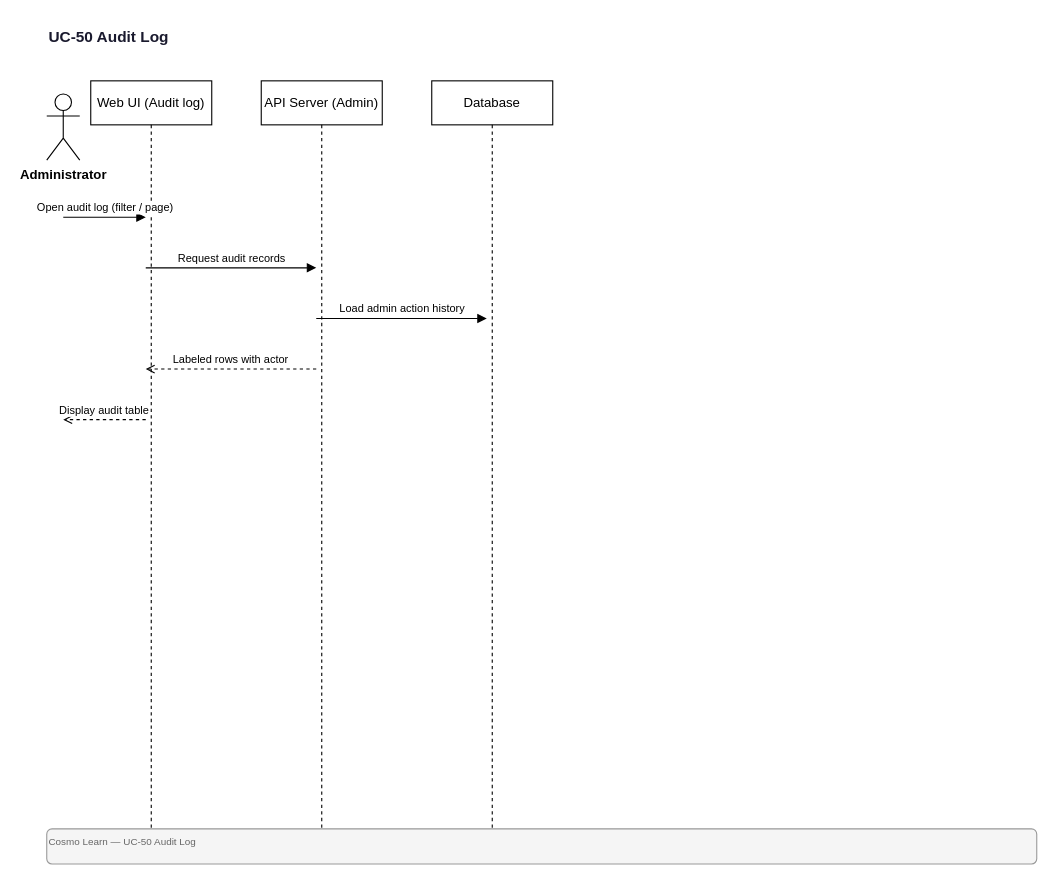
Earlier version of the draw.io diagram docs/diagrams/sequence/UC-50-Audit-Log.drawio (quangg1/ASTRO_EDU). Source tidied: cells renumbered, new cells numbered last; positions are measured from the earlier drawing's top-left corner, leaving out a move shared by most shapes. Both pictures are drawn from the tidied source at 110%, with x=0, y=0 at pixel (46, 19).
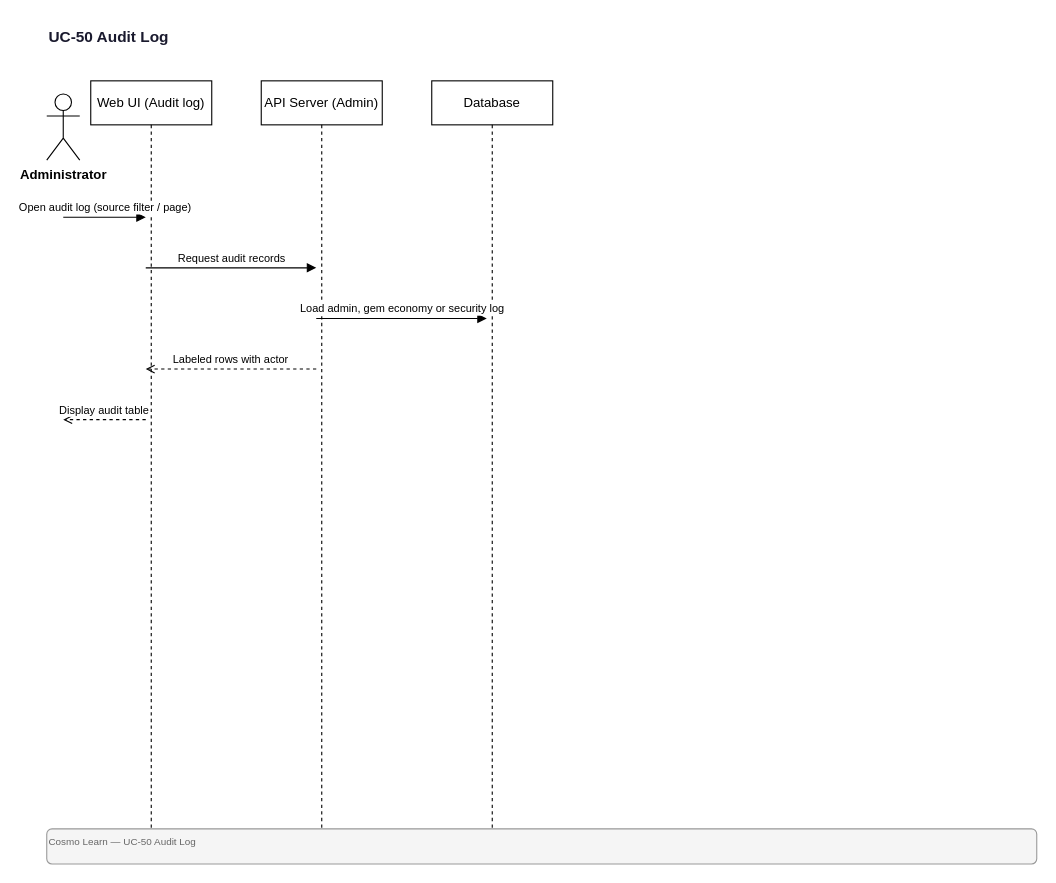
After the change.

The edit, as a diff of the source:
```diff
@@
 <mxGraphModel>
   <root>
     <mxCell id="0" />
     <mxCell id="1" parent="0" />
     <mxCell id="2" value="UC-50 Audit Log" style="text;html=1;strokeColor=none;fillColor=none;align=left;verticalAlign=middle;fontSize=14;fontStyle=1;fontColor=#1a1a2e;" parent="1" vertex="1">
       <mxGeometry width="900" height="32" as="geometry" />
     </mxCell>
     <mxCell id="3" value="Administrator" style="shape=umlActor;verticalLabelPosition=bottom;verticalAlign=top;html=1;fontSize=12;fontStyle=1;" parent="1" vertex="1">
       <mxGeometry y="68" width="30" height="60" as="geometry" />
     </mxCell>
     <mxCell id="4" value="Web UI (Audit log)" style="shape=umlLifeline;perimeter=lifelinePerimeter;whiteSpace=wrap;html=1;size=40;" parent="1" vertex="1">
       <mxGeometry x="40" y="56" width="110" height="682" as="geometry" />
     </mxCell>
     <mxCell id="5" value="API Server (Admin)" style="shape=umlLifeline;perimeter=lifelinePerimeter;whiteSpace=wrap;html=1;size=40;" parent="1" vertex="1">
       <mxGeometry x="195" y="56" width="110" height="682" as="geometry" />
     </mxCell>
     <mxCell id="6" value="Database" style="shape=umlLifeline;perimeter=lifelinePerimeter;whiteSpace=wrap;html=1;size=40;" parent="1" vertex="1">
       <mxGeometry x="350" y="56" width="110" height="682" as="geometry" />
     </mxCell>
-    <mxCell id="7" value="Open audit log (filter / page)" style="endArrow=block;endFill=1;html=1;fontSize=10;verticalAlign=bottom;" parent="1" edge="1">
+    <mxCell id="7" value="Open audit log (source filter / page)" style="endArrow=block;endFill=1;html=1;fontSize=10;verticalAlign=bottom;" parent="1" edge="1">
       <mxGeometry relative="1" as="geometry">
         <mxPoint x="15" y="180" as="sourcePoint" />
         <mxPoint x="90" y="180" as="targetPoint" />
       </mxGeometry>
     </mxCell>
     <mxCell id="8" value="Request audit records" style="endArrow=block;endFill=1;html=1;fontSize=10;verticalAlign=bottom;" parent="1" edge="1">
       <mxGeometry relative="1" as="geometry">
         <mxPoint x="90" y="226" as="sourcePoint" />
         <mxPoint x="245" y="226" as="targetPoint" />
       </mxGeometry>
     </mxCell>
-    <mxCell id="9" value="Load admin action history" style="endArrow=block;endFill=1;html=1;fontSize=10;verticalAlign=bottom;" parent="1" edge="1">
+    <mxCell id="9" value="Load admin, gem economy or security log" style="endArrow=block;endFill=1;html=1;fontSize=10;verticalAlign=bottom;" parent="1" edge="1">
       <mxGeometry relative="1" as="geometry">
         <mxPoint x="245" y="272" as="sourcePoint" />
         <mxPoint x="400" y="272" as="targetPoint" />
       </mxGeometry>
     </mxCell>
     <mxCell id="10" value="Labeled rows with actor" style="endArrow=open;endFill=0;html=1;dashed=1;fontSize=10;verticalAlign=bottom;" parent="1" edge="1">
       <mxGeometry relative="1" as="geometry">
         <mxPoint x="245" y="318" as="sourcePoint" />
         <mxPoint x="90" y="318" as="targetPoint" />
       </mxGeometry>
     </mxCell>
     <mxCell id="11" value="Display audit table" style="endArrow=open;endFill=0;html=1;dashed=1;fontSize=10;verticalAlign=bottom;" parent="1" edge="1">
       <mxGeometry relative="1" as="geometry">
         <mxPoint x="90" y="364" as="sourcePoint" />
         <mxPoint x="15" y="364" as="targetPoint" />
       </mxGeometry>
     </mxCell>
     <mxCell id="12" value="Cosmo Learn — UC-50 Audit Log" style="text;html=1;strokeColor=#999;fillColor=#f5f5f5;align=left;verticalAlign=top;fontSize=9;fontColor=#666;rounded=1;" parent="1" vertex="1">
       <mxGeometry y="736" width="900" height="32" as="geometry" />
     </mxCell>
   </root>
 </mxGraphModel>
```
